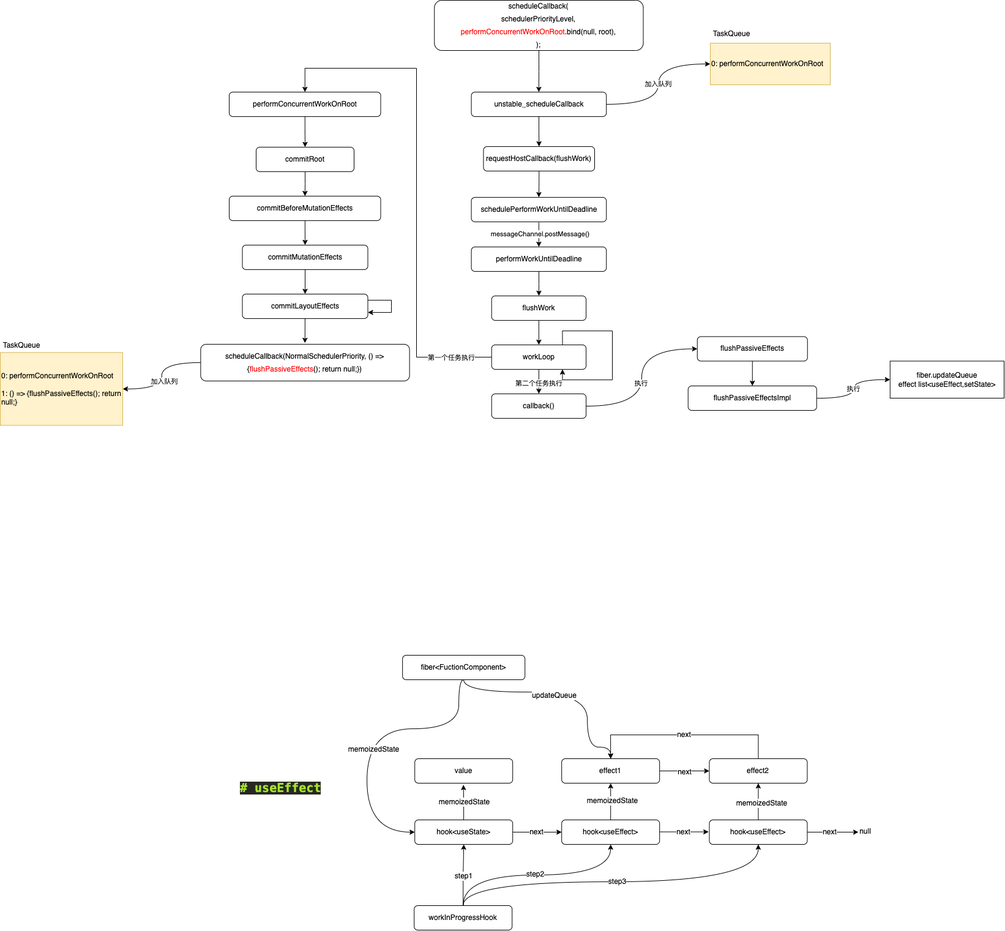
The draw.io diagram React/assets/useEffect.png in DbbHobo/You-Dont-Know-Me, before a commit. Source tidied: cells renumbered, new cells last; positions are measured from the earlier drawing's top-left corner, leaving out a move shared by most shapes.
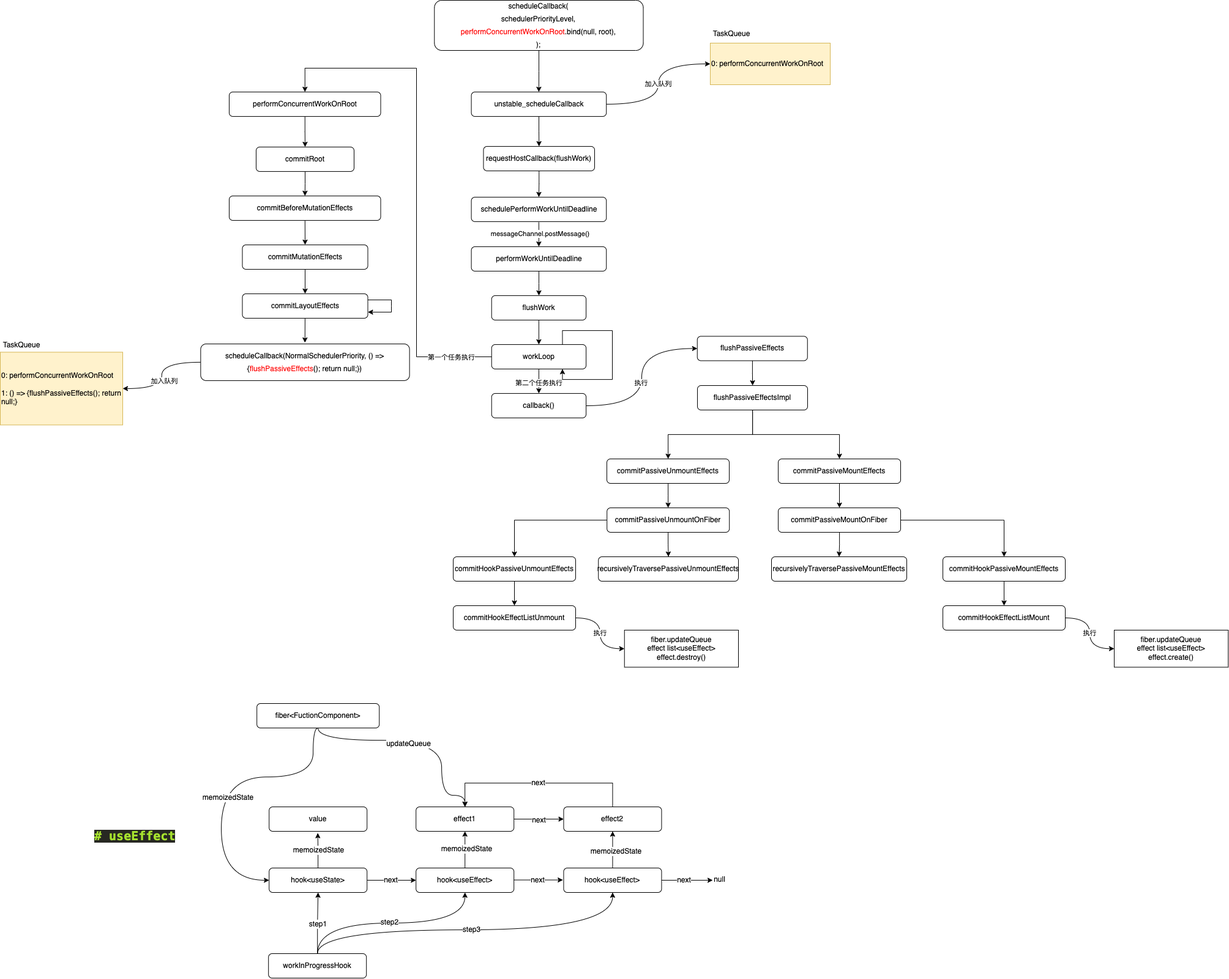
Later version of the same file.

What changed in the source:
```diff
@@ -13,7 +13,13 @@
     </mxCell>
-    <mxCell id="5" value="执行" style="edgeStyle=orthogonalEdgeStyle;rounded=0;jettySize=auto;html=1;entryX=0;entryY=0.5;entryDx=0;entryDy=0;curved=1;" parent="1" edge="1" source="6" target="28">
+    <mxCell id="5" value="执行" style="edgeStyle=orthogonalEdgeStyle;rounded=0;jettySize=auto;html=1;entryX=0;entryY=0.5;entryDx=0;entryDy=0;curved=1;exitX=1;exitY=0.5;exitDx=0;exitDy=0;" parent="1" edge="1" source="94" target="28">
       <mxGeometry relative="1" as="geometry" />
     </mxCell>
+    <mxCell id="82" style="edgeStyle=orthogonalEdgeStyle;rounded=0;jettySize=auto;html=1;" parent="1" edge="1" source="6" target="85">
+      <mxGeometry relative="1" as="geometry" />
+    </mxCell>
+    <mxCell id="83" style="edgeStyle=orthogonalEdgeStyle;rounded=0;jettySize=auto;html=1;entryX=0.5;entryY=0;entryDx=0;entryDy=0;" parent="1" edge="1" source="6" target="87">
+      <mxGeometry relative="1" as="geometry" />
+    </mxCell>
     <mxCell id="6" value="&lt;div style=&quot;font-size: 12px; line-height: 21px;&quot;&gt;&lt;div style=&quot;line-height: 21px; font-size: 12px;&quot;&gt;flushPassiveEffectsImpl&lt;/div&gt;&lt;/div&gt;" style="rounded=1;whiteSpace=wrap;html=1;fontColor=default;labelBackgroundColor=none;fontFamily=Helvetica;fontSize=12;" parent="1" vertex="1">
-      <mxGeometry x="1123.8" y="630" width="210" height="40" as="geometry" />
+      <mxGeometry x="1139" y="630" width="180" height="40" as="geometry" />
     </mxCell>
@@ -98,4 +104,4 @@
     </mxCell>
-    <mxCell id="28" value="fiber.updateQueue&lt;br&gt;effect list&amp;lt;useEffect,setState&amp;gt;" style="rounded=0;whiteSpace=wrap;html=1;labelBackgroundColor=none;fontColor=default;fontFamily=Helvetica;fontSize=12;" parent="1" vertex="1">
-      <mxGeometry x="1453.8" y="589.4" width="186.2" height="60.6" as="geometry" />
+    <mxCell id="28" value="fiber.updateQueue&lt;br&gt;effect list&amp;lt;useEffect&amp;gt;&lt;br&gt;effect.create()" style="rounded=0;whiteSpace=wrap;html=1;labelBackgroundColor=none;fontColor=default;fontFamily=Helvetica;fontSize=12;" parent="1" vertex="1">
+      <mxGeometry x="1820" y="1030" width="186.2" height="60.6" as="geometry" />
     </mxCell>
@@ -145,6 +151,6 @@
         <Array as="points">
-          <mxPoint x="749.1" y="1110" />
-          <mxPoint x="749.1" y="1190" />
-          <mxPoint x="599.1" y="1190" />
-          <mxPoint x="599.1" y="1359" />
+          <mxPoint x="511.1" y="1190" />
+          <mxPoint x="511.1" y="1270" />
+          <mxPoint x="361.1" y="1270" />
+          <mxPoint x="361.1" y="1439" />
         </Array>
@@ -158,6 +164,6 @@
         <Array as="points">
-          <mxPoint x="757.1" y="1130" />
-          <mxPoint x="959.1" y="1130" />
-          <mxPoint x="959.1" y="1220" />
-          <mxPoint x="997.1" y="1220" />
+          <mxPoint x="519.1" y="1210" />
+          <mxPoint x="721.1" y="1210" />
+          <mxPoint x="721.1" y="1300" />
+          <mxPoint x="759.1" y="1300" />
         </Array>
@@ -169,3 +175,3 @@
     <mxCell id="46" value="&lt;div style=&quot;font-size: 12px; line-height: 21px;&quot;&gt;&lt;div style=&quot;line-height: 21px; font-size: 12px;&quot;&gt;fiber&amp;lt;FuctionComponent&amp;gt;&lt;/div&gt;&lt;/div&gt;" style="rounded=1;whiteSpace=wrap;html=1;fontColor=default;labelBackgroundColor=default;fontFamily=Helvetica;fontSize=12;" parent="1" vertex="1">
-      <mxGeometry x="657.2" y="1070" width="200" height="40" as="geometry" />
+      <mxGeometry x="419.2" y="1150" width="200" height="40" as="geometry" />
     </mxCell>
@@ -173,3 +179,3 @@
       <mxGeometry relative="1" as="geometry">
-        <mxPoint x="917.2" y="1359" as="targetPoint" />
+        <mxPoint x="679.2" y="1439" as="targetPoint" />
       </mxGeometry>
@@ -188,3 +194,3 @@
     <mxCell id="51" value="&lt;div style=&quot;font-size: 12px; line-height: 21px;&quot;&gt;&lt;div style=&quot;line-height: 21px; font-size: 12px;&quot;&gt;hook&amp;lt;useState&amp;gt;&lt;br style=&quot;font-size: 12px;&quot;&gt;&lt;/div&gt;&lt;/div&gt;" style="rounded=1;whiteSpace=wrap;html=1;fontColor=default;labelBackgroundColor=default;fontFamily=Helvetica;fontSize=12;" parent="1" vertex="1">
-      <mxGeometry x="677.2" y="1339" width="160" height="40" as="geometry" />
+      <mxGeometry x="439.2" y="1419" width="160" height="40" as="geometry" />
     </mxCell>
@@ -199,3 +205,3 @@
     <mxCell id="54" value="&lt;div style=&quot;font-size: 12px; line-height: 21px;&quot;&gt;&lt;div style=&quot;line-height: 21px; font-size: 12px;&quot;&gt;hook&amp;lt;useEffect&amp;gt;&lt;br style=&quot;font-size: 12px;&quot;&gt;&lt;/div&gt;&lt;/div&gt;" style="rounded=1;whiteSpace=wrap;html=1;fontColor=default;labelBackgroundColor=default;fontFamily=Helvetica;fontSize=12;" parent="1" vertex="1">
-      <mxGeometry x="917.2" y="1339" width="160" height="40" as="geometry" />
+      <mxGeometry x="679.2" y="1419" width="160" height="40" as="geometry" />
     </mxCell>
@@ -216,4 +222,4 @@
         <Array as="points">
-          <mxPoint x="757.1" y="1440" />
-          <mxPoint x="1238.1" y="1440" />
+          <mxPoint x="519.1" y="1520" />
+          <mxPoint x="1000.1" y="1520" />
         </Array>
@@ -222,3 +228,3 @@
     <mxCell id="60" value="&lt;div style=&quot;font-size: 12px; line-height: 21px;&quot;&gt;&lt;div style=&quot;line-height: 21px; font-size: 12px;&quot;&gt;workInProgressHook&lt;/div&gt;&lt;/div&gt;" style="rounded=1;whiteSpace=wrap;html=1;fontColor=default;labelBackgroundColor=default;fontFamily=Helvetica;fontSize=12;" parent="1" vertex="1">
-      <mxGeometry x="676.2" y="1479" width="160" height="40" as="geometry" />
+      <mxGeometry x="438.2" y="1559" width="160" height="40" as="geometry" />
     </mxCell>
@@ -226,4 +232,4 @@
       <mxGeometry relative="1" as="geometry">
-        <mxPoint x="1077.2" y="1358.6" as="sourcePoint" />
-        <mxPoint x="1157.2" y="1358.6" as="targetPoint" />
+        <mxPoint x="839.2" y="1438.6" as="sourcePoint" />
+        <mxPoint x="919.2" y="1438.6" as="targetPoint" />
       </mxGeometry>
@@ -243,3 +249,3 @@
       <mxGeometry relative="1" as="geometry">
-        <mxPoint x="1402" y="1359" as="targetPoint" />
+        <mxPoint x="1164" y="1439" as="targetPoint" />
       </mxGeometry>
@@ -250,6 +256,6 @@
     <mxCell id="67" value="&lt;div style=&quot;font-size: 12px; line-height: 21px;&quot;&gt;&lt;div style=&quot;line-height: 21px; font-size: 12px;&quot;&gt;hook&amp;lt;useEffect&amp;gt;&lt;/div&gt;&lt;/div&gt;" style="rounded=1;whiteSpace=wrap;html=1;fontColor=default;labelBackgroundColor=default;fontFamily=Helvetica;fontSize=12;" parent="1" vertex="1">
-      <mxGeometry x="1158.4" y="1339" width="160" height="40" as="geometry" />
+      <mxGeometry x="920.4" y="1419" width="160" height="40" as="geometry" />
     </mxCell>
     <mxCell id="68" value="&lt;div style=&quot;font-size: 12px; line-height: 21px;&quot;&gt;&lt;div style=&quot;line-height: 21px; font-size: 12px;&quot;&gt;value&lt;/div&gt;&lt;/div&gt;" style="rounded=1;whiteSpace=wrap;html=1;fontColor=default;labelBackgroundColor=default;fontFamily=Helvetica;fontSize=12;" parent="1" vertex="1">
-      <mxGeometry x="677.2" y="1239" width="160" height="40" as="geometry" />
+      <mxGeometry x="439.2" y="1319" width="160" height="40" as="geometry" />
     </mxCell>
@@ -262,3 +268,3 @@
     <mxCell id="71" value="&lt;div style=&quot;font-size: 12px; line-height: 21px;&quot;&gt;&lt;div style=&quot;line-height: 21px; font-size: 12px;&quot;&gt;effect1&lt;/div&gt;&lt;/div&gt;" style="rounded=1;whiteSpace=wrap;html=1;fontColor=default;labelBackgroundColor=default;fontFamily=Helvetica;fontSize=12;" parent="1" vertex="1">
-      <mxGeometry x="917.2" y="1239" width="160" height="40" as="geometry" />
+      <mxGeometry x="679.2" y="1319" width="160" height="40" as="geometry" />
     </mxCell>
@@ -267,4 +273,4 @@
         <Array as="points">
-          <mxPoint x="1238.1" y="1200" />
-          <mxPoint x="997.1" y="1200" />
+          <mxPoint x="1000.1" y="1280" />
+          <mxPoint x="759.1" y="1280" />
         </Array>
@@ -273,9 +279,9 @@
     <mxCell id="73" value="&lt;div style=&quot;font-size: 12px; line-height: 21px;&quot;&gt;&lt;div style=&quot;line-height: 21px; font-size: 12px;&quot;&gt;effect2&lt;/div&gt;&lt;/div&gt;" style="rounded=1;whiteSpace=wrap;html=1;fontColor=default;labelBackgroundColor=default;fontFamily=Helvetica;fontSize=12;" parent="1" vertex="1">
-      <mxGeometry x="1158.4" y="1239" width="160" height="40" as="geometry" />
+      <mxGeometry x="920.4" y="1319" width="160" height="40" as="geometry" />
     </mxCell>
     <mxCell id="74" value="&lt;div style=&quot;color: rgb(248, 248, 242); background-color: rgb(39, 40, 34); font-family: Menlo, Monaco, &amp;quot;Courier New&amp;quot;, monospace; font-weight: normal; font-size: 20px; line-height: 21px;&quot;&gt;&lt;div style=&quot;font-size: 20px;&quot;&gt;&lt;span style=&quot;color: rgb(166, 226, 46); font-weight: bold; font-size: 20px;&quot;&gt;# useEffect&lt;/span&gt;&lt;/div&gt;&lt;/div&gt;" style="text;whiteSpace=wrap;html=1;fontColor=default;fontSize=20;" parent="1" vertex="1">
-      <mxGeometry x="390" y="1270" width="140" height="40" as="geometry" />
+      <mxGeometry x="152" y="1350" width="140" height="40" as="geometry" />
     </mxCell>
     <mxCell id="75" value="null" style="text;html=1;align=center;verticalAlign=middle;strokeColor=none;fillColor=none;fontFamily=Helvetica;fontSize=12;" parent="1" vertex="1">
-      <mxGeometry x="1393" y="1343" width="40" height="30" as="geometry" />
+      <mxGeometry x="1155" y="1423" width="40" height="30" as="geometry" />
     </mxCell>
@@ -306,2 +312,62 @@
     </mxCell>
+    <mxCell id="84" style="edgeStyle=orthogonalEdgeStyle;rounded=0;jettySize=auto;html=1;" parent="1" edge="1" source="85" target="97">
+      <mxGeometry relative="1" as="geometry" />
+    </mxCell>
+    <mxCell id="85" value="&lt;div style=&quot;font-size: 12px; line-height: 21px;&quot;&gt;&lt;div style=&quot;line-height: 21px; font-size: 12px;&quot;&gt;&lt;div style=&quot;font-size: 12px; line-height: 21px;&quot;&gt;commitPassiveUnmountEffects&lt;/div&gt;&lt;/div&gt;&lt;/div&gt;" style="rounded=1;whiteSpace=wrap;html=1;fontColor=default;labelBackgroundColor=none;fontFamily=Helvetica;fontSize=12;" parent="1" vertex="1">
+      <mxGeometry x="991" y="750" width="200" height="40" as="geometry" />
+    </mxCell>
+    <mxCell id="86" style="edgeStyle=orthogonalEdgeStyle;rounded=0;jettySize=auto;html=1;fontSize=12;" parent="1" edge="1" source="87" target="90">
+      <mxGeometry relative="1" as="geometry" />
+    </mxCell>
+    <mxCell id="87" value="&lt;div style=&quot;font-size: 12px; line-height: 21px;&quot;&gt;&lt;div style=&quot;line-height: 21px; font-size: 12px;&quot;&gt;&lt;div style=&quot;font-size: 12px; line-height: 21px;&quot;&gt;commitPassiveMountEffects&lt;/div&gt;&lt;/div&gt;&lt;/div&gt;" style="rounded=1;whiteSpace=wrap;html=1;fontColor=default;labelBackgroundColor=none;fontFamily=Helvetica;fontSize=12;" parent="1" vertex="1">
+      <mxGeometry x="1271" y="750" width="200" height="40" as="geometry" />
+    </mxCell>
+    <mxCell id="88" style="edgeStyle=orthogonalEdgeStyle;rounded=0;jettySize=auto;html=1;labelBackgroundColor=default;fontColor=default;fontFamily=Helvetica;fontSize=12;" parent="1" edge="1" source="90" target="91">
+      <mxGeometry relative="1" as="geometry" />
+    </mxCell>
+    <mxCell id="89" style="edgeStyle=orthogonalEdgeStyle;rounded=0;jettySize=auto;html=1;" parent="1" edge="1" source="90" target="93">
+      <mxGeometry relative="1" as="geometry" />
+    </mxCell>
+    <mxCell id="90" value="&lt;div style=&quot;font-size: 12px; line-height: 21px;&quot;&gt;&lt;div style=&quot;line-height: 21px; font-size: 12px;&quot;&gt;&lt;div style=&quot;font-size: 12px; line-height: 21px;&quot;&gt;&lt;div style=&quot;line-height: 21px; font-size: 12px;&quot;&gt;commitPassiveMountOnFiber&lt;/div&gt;&lt;/div&gt;&lt;/div&gt;&lt;/div&gt;" style="rounded=1;whiteSpace=wrap;html=1;fontColor=default;labelBackgroundColor=default;fontFamily=Helvetica;fontSize=12;" parent="1" vertex="1">
+      <mxGeometry x="1271" y="830" width="200" height="40" as="geometry" />
+    </mxCell>
+    <mxCell id="91" value="&lt;div style=&quot;font-size: 12px; line-height: 21px;&quot;&gt;&lt;div style=&quot;line-height: 21px; font-size: 12px;&quot;&gt;&lt;div style=&quot;font-size: 12px; line-height: 21px;&quot;&gt;&lt;div style=&quot;line-height: 21px; font-size: 12px;&quot;&gt;recursivelyTraversePassiveMountEffects&lt;/div&gt;&lt;/div&gt;&lt;/div&gt;&lt;/div&gt;" style="rounded=1;whiteSpace=wrap;html=1;fontColor=default;labelBackgroundColor=default;fontFamily=Helvetica;fontSize=12;" parent="1" vertex="1">
+      <mxGeometry x="1260" y="910" width="221" height="40" as="geometry" />
+    </mxCell>
+    <mxCell id="92" style="edgeStyle=orthogonalEdgeStyle;rounded=0;jettySize=auto;html=1;labelBackgroundColor=default;fontColor=default;fontFamily=Helvetica;fontSize=12;" parent="1" edge="1" source="93" target="94">
+      <mxGeometry relative="1" as="geometry" />
+    </mxCell>
+    <mxCell id="93" value="&lt;div style=&quot;font-size: 12px; line-height: 21px;&quot;&gt;&lt;div style=&quot;line-height: 21px; font-size: 12px;&quot;&gt;&lt;div style=&quot;font-size: 12px; line-height: 21px;&quot;&gt;&lt;div style=&quot;line-height: 21px; font-size: 12px;&quot;&gt;&lt;div style=&quot;line-height: 21px; font-size: 12px;&quot;&gt;commitHookPassiveMountEffects&lt;/div&gt;&lt;/div&gt;&lt;/div&gt;&lt;/div&gt;&lt;/div&gt;" style="rounded=1;whiteSpace=wrap;html=1;fontColor=default;labelBackgroundColor=default;fontFamily=Helvetica;fontSize=12;" parent="1" vertex="1">
+      <mxGeometry x="1540" y="910" width="200" height="40" as="geometry" />
+    </mxCell>
+    <mxCell id="94" value="&lt;div style=&quot;font-size: 12px; line-height: 21px;&quot;&gt;&lt;div style=&quot;line-height: 21px; font-size: 12px;&quot;&gt;&lt;div style=&quot;font-size: 12px; line-height: 21px;&quot;&gt;&lt;div style=&quot;line-height: 21px; font-size: 12px;&quot;&gt;&lt;div style=&quot;line-height: 21px; font-size: 12px;&quot;&gt;commitHookEffectListMount&lt;/div&gt;&lt;/div&gt;&lt;/div&gt;&lt;/div&gt;&lt;/div&gt;" style="rounded=1;whiteSpace=wrap;html=1;fontColor=default;labelBackgroundColor=default;fontFamily=Helvetica;fontSize=12;" parent="1" vertex="1">
+      <mxGeometry x="1540" y="990" width="200" height="40" as="geometry" />
+    </mxCell>
+    <mxCell id="95" style="edgeStyle=orthogonalEdgeStyle;rounded=0;jettySize=auto;html=1;entryX=0.5;entryY=0;entryDx=0;entryDy=0;" parent="1" edge="1" source="97" target="98">
+      <mxGeometry relative="1" as="geometry" />
+    </mxCell>
+    <mxCell id="96" style="edgeStyle=orthogonalEdgeStyle;rounded=0;jettySize=auto;html=1;entryX=0.5;entryY=0;entryDx=0;entryDy=0;" parent="1" edge="1" source="97" target="100">
+      <mxGeometry relative="1" as="geometry" />
+    </mxCell>
+    <mxCell id="97" value="&lt;div style=&quot;font-size: 12px; line-height: 21px;&quot;&gt;&lt;div style=&quot;line-height: 21px; font-size: 12px;&quot;&gt;&lt;div style=&quot;font-size: 12px; line-height: 21px;&quot;&gt;commitPassiveUnmountOnFiber&lt;/div&gt;&lt;/div&gt;&lt;/div&gt;" style="rounded=1;whiteSpace=wrap;html=1;fontColor=default;labelBackgroundColor=none;fontFamily=Helvetica;fontSize=12;" parent="1" vertex="1">
+      <mxGeometry x="991.2" y="830" width="200" height="40" as="geometry" />
+    </mxCell>
+    <mxCell id="98" value="&lt;div style=&quot;font-size: 12px; line-height: 21px;&quot;&gt;&lt;div style=&quot;line-height: 21px; font-size: 12px;&quot;&gt;&lt;div style=&quot;font-size: 12px; line-height: 21px;&quot;&gt;recursivelyTraversePassiveUnmountEffects&lt;br&gt;&lt;/div&gt;&lt;/div&gt;&lt;/div&gt;" style="rounded=1;whiteSpace=wrap;html=1;fontColor=default;labelBackgroundColor=none;fontFamily=Helvetica;fontSize=12;" parent="1" vertex="1">
+      <mxGeometry x="977.2" y="910" width="228.8" height="40" as="geometry" />
+    </mxCell>
+    <mxCell id="99" style="edgeStyle=orthogonalEdgeStyle;rounded=0;jettySize=auto;html=1;" parent="1" edge="1" source="100" target="101">
+      <mxGeometry relative="1" as="geometry" />
+    </mxCell>
+    <mxCell id="100" value="&lt;div style=&quot;font-size: 12px; line-height: 21px;&quot;&gt;&lt;div style=&quot;line-height: 21px; font-size: 12px;&quot;&gt;&lt;div style=&quot;font-size: 12px; line-height: 21px;&quot;&gt;commitHookPassiveUnmountEffects&lt;/div&gt;&lt;/div&gt;&lt;/div&gt;" style="rounded=1;whiteSpace=wrap;html=1;fontColor=default;labelBackgroundColor=none;fontFamily=Helvetica;fontSize=12;" parent="1" vertex="1">
+      <mxGeometry x="740" y="910" width="200" height="40" as="geometry" />
+    </mxCell>
+    <mxCell id="101" value="&lt;div style=&quot;font-size: 12px; line-height: 21px;&quot;&gt;&lt;div style=&quot;line-height: 21px; font-size: 12px;&quot;&gt;&lt;div style=&quot;font-size: 12px; line-height: 21px;&quot;&gt;&lt;div style=&quot;line-height: 21px; font-size: 12px;&quot;&gt;&lt;div style=&quot;line-height: 21px; font-size: 12px;&quot;&gt;commitHookEffectListUnmount&lt;/div&gt;&lt;/div&gt;&lt;/div&gt;&lt;/div&gt;&lt;/div&gt;" style="rounded=1;whiteSpace=wrap;html=1;fontColor=default;labelBackgroundColor=default;fontFamily=Helvetica;fontSize=12;" parent="1" vertex="1">
+      <mxGeometry x="740" y="990" width="200" height="40" as="geometry" />
+    </mxCell>
+    <mxCell id="102" value="执行" style="edgeStyle=orthogonalEdgeStyle;rounded=0;jettySize=auto;html=1;entryX=0;entryY=0.5;entryDx=0;entryDy=0;curved=1;exitX=1;exitY=0.5;exitDx=0;exitDy=0;" parent="1" edge="1" source="101" target="103">
+      <mxGeometry relative="1" as="geometry" />
+    </mxCell>
+    <mxCell id="103" value="fiber.updateQueue&lt;br&gt;effect list&amp;lt;useEffect&amp;gt;&lt;br&gt;effect.destroy()" style="rounded=0;whiteSpace=wrap;html=1;labelBackgroundColor=none;fontColor=default;fontFamily=Helvetica;fontSize=12;" parent="1" vertex="1">
+      <mxGeometry x="1019.8" y="1030" width="186.2" height="60.6" as="geometry" />
+    </mxCell>
   </root>
```
